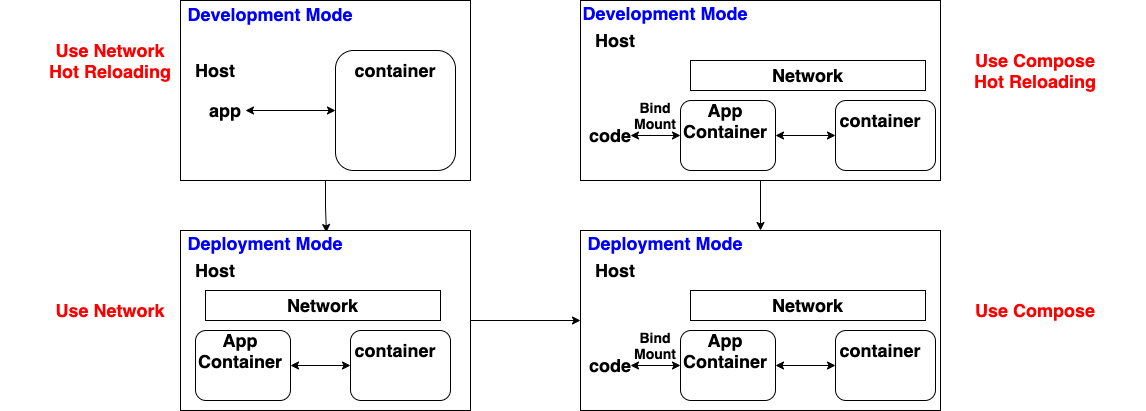
Before: Docker/img/Docker_14.png, a diagram exported from draw.io (lin-chen-DLA/lin-chen-DLA.github.io). Source tidied: cells renumbered, new cells last; positions are measured from the earlier drawing's top-left corner, leaving out a move shared by most shapes.
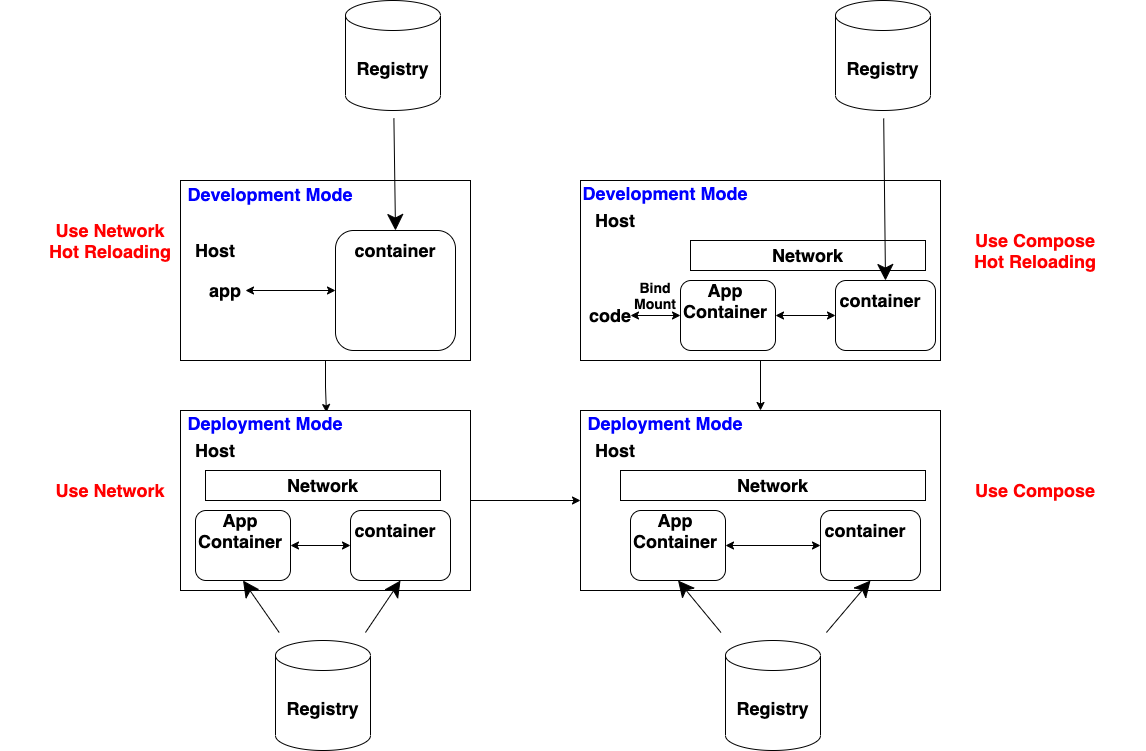
Above is the later version.

Change to the diagram source:
```diff
@@ -108,10 +108,10 @@
       <mxGeometry x="580" y="230" width="360" height="180" as="geometry" />
     </mxCell>
     <mxCell id="37" style="rounded=1;whiteSpace=wrap;html=1;" parent="1" vertex="1">
-      <mxGeometry x="835" y="330" width="100" height="70" as="geometry" />
+      <mxGeometry x="820" y="330" width="100" height="70" as="geometry" />
     </mxCell>
     <mxCell id="38" value="&lt;font style=&quot;font-size: 18px&quot;&gt;&lt;b&gt;container&lt;/b&gt;&lt;/font&gt;" style="text;html=1;strokeColor=none;fillColor=none;align=center;verticalAlign=middle;whiteSpace=wrap;rounded=0;" parent="1" vertex="1">
-      <mxGeometry x="860" y="340" width="40" height="20" as="geometry" />
+      <mxGeometry x="845" y="340" width="40" height="20" as="geometry" />
     </mxCell>
     <mxCell id="39" value="&lt;font style=&quot;font-size: 18px&quot;&gt;&lt;b&gt;Host&lt;/b&gt;&lt;/font&gt;" style="text;html=1;strokeColor=none;fillColor=none;align=center;verticalAlign=middle;whiteSpace=wrap;rounded=0;" parent="1" vertex="1">
       <mxGeometry x="595" y="260" width="40" height="20" as="geometry" />
@@ -123,25 +123,46 @@
       <mxGeometry relative="1" as="geometry" />
     </mxCell>
     <mxCell id="42" style="rounded=1;whiteSpace=wrap;html=1;" parent="1" vertex="1">
-      <mxGeometry x="680" y="330" width="95" height="70" as="geometry" />
+      <mxGeometry x="630" y="330" width="95" height="70" as="geometry" />
     </mxCell>
     <mxCell id="43" value="&lt;font style=&quot;font-size: 18px&quot;&gt;&lt;b&gt;App Container&lt;/b&gt;&lt;/font&gt;" style="text;html=1;strokeColor=none;fillColor=none;align=center;verticalAlign=middle;whiteSpace=wrap;rounded=0;" parent="1" vertex="1">
-      <mxGeometry x="705" y="340" width="40" height="20" as="geometry" />
+      <mxGeometry x="655" y="340" width="40" height="20" as="geometry" />
     </mxCell>
     <mxCell id="44" value="&lt;font size=&quot;1&quot;&gt;&lt;b style=&quot;font-size: 18px&quot;&gt;Network&lt;/b&gt;&lt;/font&gt;" style="rounded=0;whiteSpace=wrap;html=1;" parent="1" vertex="1">
-      <mxGeometry x="690" y="290" width="235" height="30" as="geometry" />
+      <mxGeometry x="620" y="290" width="305" height="30" as="geometry" />
     </mxCell>
-    <mxCell id="45" style="edgeStyle=orthogonalEdgeStyle;rounded=0;jettySize=auto;html=1;entryX=0;entryY=0.5;entryDx=0;entryDy=0;startArrow=classic;startFill=1;" parent="1" edge="1" source="46" target="42">
-      <mxGeometry relative="1" as="geometry" />
-    </mxCell>
-    <mxCell id="46" value="&lt;font style=&quot;font-size: 18px&quot;&gt;&lt;b&gt;code&lt;/b&gt;&lt;/font&gt;" style="text;html=1;strokeColor=none;fillColor=none;align=center;verticalAlign=middle;whiteSpace=wrap;rounded=0;" parent="1" vertex="1">
-      <mxGeometry x="590" y="355" width="40" height="20" as="geometry" />
-    </mxCell>
-    <mxCell id="47" value="&lt;font size=&quot;1&quot;&gt;&lt;b style=&quot;font-size: 14px&quot;&gt;Bind Mount&lt;/b&gt;&lt;/font&gt;" style="text;html=1;strokeColor=none;fillColor=none;align=center;verticalAlign=middle;whiteSpace=wrap;rounded=0;" parent="1" vertex="1">
-      <mxGeometry x="635" y="335" width="40" height="20" as="geometry" />
-    </mxCell>
     <mxCell id="48" value="&lt;span style=&quot;font-size: 18px&quot;&gt;&lt;b&gt;&lt;font color=&quot;#ff0000&quot;&gt;Use Compose&lt;br&gt;&lt;/font&gt;&lt;/b&gt;&lt;/span&gt;" style="text;html=1;strokeColor=none;fillColor=none;align=center;verticalAlign=middle;whiteSpace=wrap;rounded=0;" parent="1" vertex="1">
       <mxGeometry x="925" y="300" width="220" height="20" as="geometry" />
     </mxCell>
+    <mxCell id="49" style="edgeStyle=none;curved=1;rounded=0;jettySize=auto;html=1;entryX=0.5;entryY=0;entryDx=0;entryDy=0;endArrow=classic;startSize=14;endSize=14;sourcePerimeterSpacing=8;targetPerimeterSpacing=8;endFill=1;" parent="1" edge="1" source="50" target="4">
+      <mxGeometry relative="1" as="geometry" />
+    </mxCell>
+    <mxCell id="50" value="&lt;font style=&quot;font-size: 18px&quot;&gt;&lt;b&gt;Registry&lt;/b&gt;&lt;/font&gt;" style="shape=cylinder3;whiteSpace=wrap;html=1;boundedLbl=1;backgroundOutline=1;size=15;hachureGap=4;" parent="1" vertex="1">
+      <mxGeometry x="345" y="-180" width="95" height="110" as="geometry" />
+    </mxCell>
+    <mxCell id="51" style="edgeStyle=none;curved=1;rounded=0;jettySize=auto;html=1;entryX=0.5;entryY=0;entryDx=0;entryDy=0;endArrow=classic;endFill=1;startSize=14;endSize=14;sourcePerimeterSpacing=8;targetPerimeterSpacing=8;" parent="1" edge="1" source="52" target="22">
+      <mxGeometry relative="1" as="geometry" />
+    </mxCell>
+    <mxCell id="52" value="&lt;font style=&quot;font-size: 18px&quot;&gt;&lt;b&gt;Registry&lt;/b&gt;&lt;/font&gt;" style="shape=cylinder3;whiteSpace=wrap;html=1;boundedLbl=1;backgroundOutline=1;size=15;hachureGap=4;" parent="1" vertex="1">
+      <mxGeometry x="835" y="-180" width="95" height="110" as="geometry" />
+    </mxCell>
+    <mxCell id="53" style="edgeStyle=none;curved=1;rounded=0;jettySize=auto;html=1;entryX=0.5;entryY=1;entryDx=0;entryDy=0;endArrow=classic;endFill=1;startSize=14;endSize=14;sourcePerimeterSpacing=8;targetPerimeterSpacing=8;" parent="1" edge="1" source="55" target="17">
+      <mxGeometry relative="1" as="geometry" />
+    </mxCell>
+    <mxCell id="54" style="edgeStyle=none;curved=1;rounded=0;jettySize=auto;html=1;entryX=0.5;entryY=1;entryDx=0;entryDy=0;endArrow=classic;endFill=1;startSize=14;endSize=14;sourcePerimeterSpacing=8;targetPerimeterSpacing=8;" parent="1" edge="1" source="55" target="12">
+      <mxGeometry relative="1" as="geometry" />
+    </mxCell>
+    <mxCell id="55" value="&lt;font style=&quot;font-size: 18px&quot;&gt;&lt;b&gt;Registry&lt;/b&gt;&lt;/font&gt;" style="shape=cylinder3;whiteSpace=wrap;html=1;boundedLbl=1;backgroundOutline=1;size=15;hachureGap=4;" parent="1" vertex="1">
+      <mxGeometry x="275" y="460" width="95" height="110" as="geometry" />
+    </mxCell>
+    <mxCell id="56" style="edgeStyle=none;curved=1;rounded=0;jettySize=auto;html=1;entryX=0.5;entryY=1;entryDx=0;entryDy=0;endArrow=classic;endFill=1;startSize=14;endSize=14;sourcePerimeterSpacing=8;targetPerimeterSpacing=8;" parent="1" edge="1" source="58" target="42">
+      <mxGeometry relative="1" as="geometry" />
+    </mxCell>
+    <mxCell id="57" style="edgeStyle=none;curved=1;rounded=0;jettySize=auto;html=1;entryX=0.5;entryY=1;entryDx=0;entryDy=0;endArrow=classic;endFill=1;startSize=14;endSize=14;sourcePerimeterSpacing=8;targetPerimeterSpacing=8;" parent="1" edge="1" source="58" target="37">
+      <mxGeometry relative="1" as="geometry" />
+    </mxCell>
+    <mxCell id="58" value="&lt;font style=&quot;font-size: 18px&quot;&gt;&lt;b&gt;Registry&lt;/b&gt;&lt;/font&gt;" style="shape=cylinder3;whiteSpace=wrap;html=1;boundedLbl=1;backgroundOutline=1;size=15;hachureGap=4;" parent="1" vertex="1">
+      <mxGeometry x="725" y="460" width="95" height="110" as="geometry" />
+    </mxCell>
   </root>
 </mxGraphModel>
```
